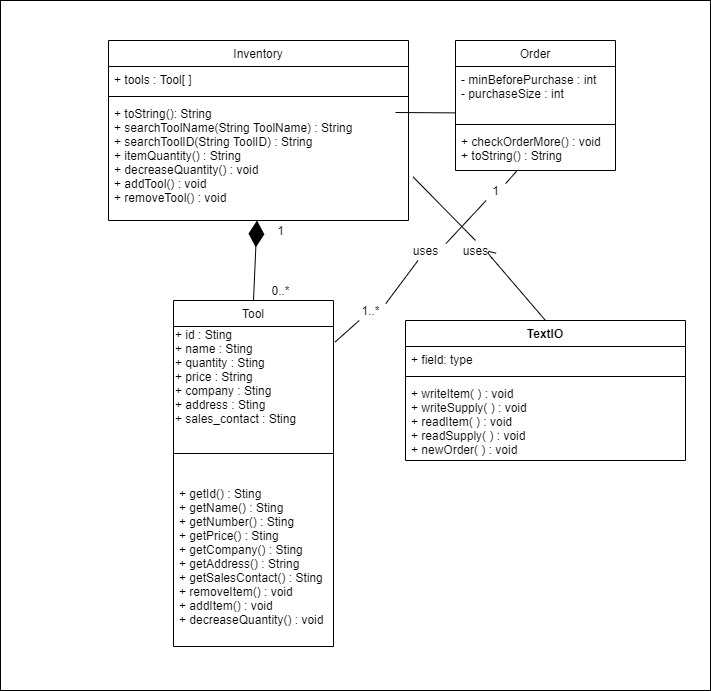
Earlier version of the draw.io export Lab2/exercise3/exercise3UML.png (TheJade/ENSF409). Source tidied: cells renumbered, new cells last; positions are measured from the earlier drawing's top-left corner, leaving out a move shared by most shapes.
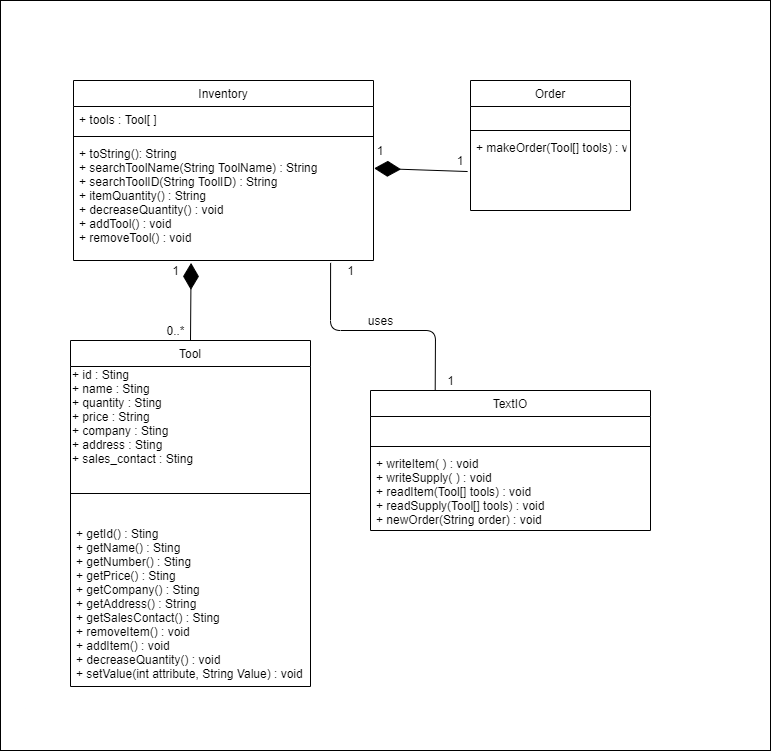
The same file after the commit.

Diff of the diagram source:
```diff
@@ -2,9 +2,9 @@
   <root>
     <mxCell id="0" />
     <mxCell id="1" parent="0" />
-    <mxCell id="2" style="rounded=0;whiteSpace=wrap;html=1;" parent="1" vertex="1">
-      <mxGeometry width="710" height="690" as="geometry" />
-    </mxCell>
+    <mxCell id="33" style="rounded=0;whiteSpace=wrap;html=1;" parent="1" vertex="1">
+      <mxGeometry x="35" y="-40" width="770" height="750" as="geometry" />
+    </mxCell>
     <mxCell id="3" value="Inventory" style="swimlane;fontStyle=0;align=center;verticalAlign=top;horizontal=1;startSize=26;rounded=0;shadow=0;strokeWidth=1;" parent="1" vertex="1">
       <mxGeometry x="108" y="40" width="300" height="180" as="geometry" />
     </mxCell>
@@ -18,88 +18,75 @@
       <mxGeometry y="60" width="300" height="120" as="geometry" />
     </mxCell>
     <mxCell id="7" value="Tool" style="swimlane;fontStyle=0;align=center;verticalAlign=top;horizontal=1;startSize=26;rounded=0;shadow=0;strokeWidth=1;" parent="1" vertex="1">
-      <mxGeometry x="173" y="300" width="160" height="346" as="geometry" />
+      <mxGeometry x="105" y="300" width="240" height="346" as="geometry" />
     </mxCell>
     <mxCell id="8" value="+ id : Sting&lt;br&gt;+ name : Sting&lt;br&gt;+ quantity : Sting&lt;br&gt;+ price : String&lt;br&gt;+ company : Sting&lt;br&gt;+ address : Sting&lt;br&gt;+ sales_contact : Sting" style="text;html=1;align=left;verticalAlign=middle;points=[];strokeColor=none;" parent="7" vertex="1">
-      <mxGeometry y="26" width="160" height="100" as="geometry" />
+      <mxGeometry y="26" width="240" height="100" as="geometry" />
     </mxCell>
     <mxCell id="9" style="line;html=1;strokeWidth=1;align=left;verticalAlign=middle;spacingTop=-1;spacingLeft=3;spacingRight=3;labelPosition=right;" parent="7" vertex="1">
-      <mxGeometry y="126" width="160" height="54" as="geometry" />
+      <mxGeometry y="126" width="240" height="54" as="geometry" />
     </mxCell>
-    <mxCell id="10" value="+ getId() : Sting&#10;+ getName() : Sting&#10;+ getNumber() : Sting&#10;+ getPrice() : Sting&#10;+ getCompany() : Sting&#10;+ getAddress() : String&#10;+ getSalesContact() : Sting&#10;+ removeItem() : void&#10;+ addItem() : void&#10;+ decreaseQuantity() : void" style="text;align=left;verticalAlign=top;spacingLeft=4;spacingRight=4;overflow=hidden;" parent="7" vertex="1">
-      <mxGeometry y="180" width="160" height="166" as="geometry" />
+    <mxCell id="10" value="+ getId() : Sting&#10;+ getName() : Sting&#10;+ getNumber() : Sting&#10;+ getPrice() : Sting&#10;+ getCompany() : Sting&#10;+ getAddress() : String&#10;+ getSalesContact() : Sting&#10;+ removeItem() : void&#10;+ addItem() : void&#10;+ decreaseQuantity() : void&#10;+ setValue(int attribute, String Value) : void" style="text;align=left;verticalAlign=top;spacingLeft=4;spacingRight=4;overflow=hidden;" parent="7" vertex="1">
+      <mxGeometry y="180" width="240" height="166" as="geometry" />
     </mxCell>
     <mxCell id="11" value="Order" style="swimlane;fontStyle=0;align=center;verticalAlign=top;horizontal=1;startSize=26;rounded=0;shadow=0;strokeWidth=1;" parent="1" vertex="1">
-      <mxGeometry x="455" y="40" width="160" height="130" as="geometry" />
+      <mxGeometry x="505" y="40" width="160" height="130" as="geometry" />
     </mxCell>
-    <mxCell id="12" value="- minBeforePurchase : int&#10;- purchaseSize : int" style="text;align=left;verticalAlign=top;spacingLeft=4;spacingRight=4;overflow=hidden;points=[[0,0.5],[1,0.5]];portConstraint=eastwest;rounded=0;shadow=0;html=0;" parent="11" vertex="1">
-      <mxGeometry y="26" width="160" height="54" as="geometry" />
-    </mxCell>
+    <mxCell id="34" value="&amp;nbsp;" style="text;html=1;strokeColor=none;fillColor=none;align=center;verticalAlign=middle;whiteSpace=wrap;rounded=0;" parent="11" vertex="1">
+      <mxGeometry y="26" width="160" height="20" as="geometry" />
+    </mxCell>
     <mxCell id="13" style="line;html=1;strokeWidth=1;align=left;verticalAlign=middle;spacingTop=-1;spacingLeft=3;spacingRight=3;labelPosition=right;" parent="11" vertex="1">
-      <mxGeometry y="80" width="160" height="8" as="geometry" />
+      <mxGeometry y="46" width="160" height="8" as="geometry" />
     </mxCell>
-    <mxCell id="14" value="+ checkOrderMore() : void&#10;+ toString() : String" style="text;align=left;verticalAlign=top;spacingLeft=4;spacingRight=4;overflow=hidden;points=[[0,0.5],[1,0.5]];portConstraint=eastwest;strokeColor=none;" parent="11" vertex="1">
-      <mxGeometry y="88" width="160" height="42" as="geometry" />
+    <mxCell id="14" value="+ makeOrder(Tool[] tools) : void" style="text;align=left;verticalAlign=top;spacingLeft=4;spacingRight=4;overflow=hidden;points=[[0,0.5],[1,0.5]];portConstraint=eastwest;strokeColor=none;" parent="11" vertex="1">
+      <mxGeometry y="54" width="160" height="46" as="geometry" />
     </mxCell>
-    <mxCell id="15" style="endArrow=diamondThin;endFill=1;endSize=24;html=1;exitX=0.5;exitY=0;exitDx=0;exitDy=0;entryX=0.495;entryY=1;entryDx=0;entryDy=0;entryPerimeter=0;" parent="1" edge="1" source="7" target="6">
+    <mxCell id="15" style="endArrow=diamondThin;endFill=1;endSize=24;html=1;exitX=0.5;exitY=0;exitDx=0;exitDy=0;entryX=0.392;entryY=1.02;entryDx=0;entryDy=0;entryPerimeter=0;" parent="1" edge="1" source="7" target="6">
       <mxGeometry relative="1" as="geometry" />
     </mxCell>
     <mxCell id="16" value="1" style="text;html=1;align=center;verticalAlign=middle;strokeColor=none;" parent="1" vertex="1">
-      <mxGeometry x="270" y="220" width="20" height="20" as="geometry" />
+      <mxGeometry x="200" y="220" width="20" height="20" as="geometry" />
     </mxCell>
     <mxCell id="17" value="0..*" style="text;html=1;align=center;verticalAlign=middle;strokeColor=none;" parent="1" vertex="1">
-      <mxGeometry x="265" y="280" width="30" height="20" as="geometry" />
+      <mxGeometry x="195" y="280" width="30" height="20" as="geometry" />
     </mxCell>
-    <mxCell id="18" style="endArrow=none;html=1;exitX=1.01;exitY=0.155;exitDx=0;exitDy=0;exitPerimeter=0;startArrow=none;" parent="1" edge="1" source="22" target="14">
-      <mxGeometry relative="1" as="geometry" />
-    </mxCell>
-    <mxCell id="19" style="endArrow=none;html=1;entryX=0.003;entryY=0.859;entryDx=0;entryDy=0;entryPerimeter=0;" parent="1" edge="1" target="12">
-      <mxGeometry relative="1" as="geometry">
-        <mxPoint x="395" y="112" as="sourcePoint" />
-      </mxGeometry>
-    </mxCell>
-    <mxCell id="20" value="uses" style="text;html=1;align=center;verticalAlign=middle;points=[];strokeColor=none;" parent="1" vertex="1">
-      <mxGeometry x="405" y="240" width="40" height="20" as="geometry" />
-    </mxCell>
-    <mxCell id="21" style="endArrow=none;html=1;exitX=1.01;exitY=0.155;exitDx=0;exitDy=0;exitPerimeter=0;startArrow=none;" parent="1" edge="1" source="24" target="20">
-      <mxGeometry relative="1" as="geometry" />
-    </mxCell>
-    <mxCell id="22" value="1" style="text;html=1;align=center;verticalAlign=middle;points=[];strokeColor=none;" parent="1" vertex="1">
-      <mxGeometry x="485" y="180" width="20" height="20" as="geometry" />
-    </mxCell>
-    <mxCell id="23" style="endArrow=none;html=1;exitX=1.01;exitY=0.155;exitDx=0;exitDy=0;exitPerimeter=0;startArrow=none;" parent="1" edge="1" source="20" target="22">
-      <mxGeometry relative="1" as="geometry" />
-    </mxCell>
-    <mxCell id="24" value="1..*" style="text;html=1;align=center;verticalAlign=middle;points=[];strokeColor=none;" parent="1" vertex="1">
-      <mxGeometry x="355" y="300" width="30" height="20" as="geometry" />
-    </mxCell>
-    <mxCell id="25" style="endArrow=none;html=1;exitX=1.01;exitY=0.155;exitDx=0;exitDy=0;exitPerimeter=0;" parent="1" edge="1" source="8" target="24">
-      <mxGeometry relative="1" as="geometry" />
-    </mxCell>
-    <mxCell id="26" value="TextIO" style="swimlane;fontStyle=1;align=center;verticalAlign=top;horizontal=1;startSize=26;" parent="1" vertex="1">
-      <mxGeometry x="405" y="320" width="280" height="140" as="geometry" />
+    <mxCell id="26" value="TextIO" style="swimlane;fontStyle=0;align=center;verticalAlign=top;horizontal=1;startSize=26;" parent="1" vertex="1">
+      <mxGeometry x="405" y="350" width="280" height="140" as="geometry" />
     </mxCell>
-    <mxCell id="27" value="+ field: type" style="text;strokeColor=none;fillColor=none;align=left;verticalAlign=top;spacingLeft=4;spacingRight=4;overflow=hidden;" parent="26" vertex="1">
+    <mxCell id="27" value=" " style="text;strokeColor=none;fillColor=none;align=left;verticalAlign=top;spacingLeft=4;spacingRight=4;overflow=hidden;" parent="26" vertex="1">
       <mxGeometry y="26" width="280" height="26" as="geometry" />
     </mxCell>
     <mxCell id="28" style="line;strokeWidth=1;fillColor=none;align=left;verticalAlign=middle;spacingTop=-1;spacingLeft=3;spacingRight=3;labelPosition=right;" parent="26" vertex="1">
       <mxGeometry y="52" width="280" height="8" as="geometry" />
     </mxCell>
-    <mxCell id="29" value="+ writeItem( ) : void&#10;+ writeSupply( ) : void&#10;+ readItem( ) : void&#10;+ readSupply( ) : void&#10;+ newOrder( ) : void" style="text;strokeColor=none;fillColor=none;align=left;verticalAlign=top;spacingLeft=4;spacingRight=4;overflow=hidden;" parent="26" vertex="1">
+    <mxCell id="29" value="+ writeItem( ) : void&#10;+ writeSupply( ) : void&#10;+ readItem(Tool[] tools) : void&#10;+ readSupply(Tool[] tools) : void&#10;+ newOrder(String order) : void" style="text;strokeColor=none;fillColor=none;align=left;verticalAlign=top;spacingLeft=4;spacingRight=4;overflow=hidden;" parent="26" vertex="1">
       <mxGeometry y="60" width="280" height="80" as="geometry" />
     </mxCell>
-    <mxCell id="30" style="endArrow=none;html=1;entryX=0.5;entryY=0;entryDx=0;entryDy=0;exitX=1.015;exitY=0.636;exitDx=0;exitDy=0;exitPerimeter=0;startArrow=none;" parent="1" edge="1" source="31" target="26">
-      <mxGeometry relative="1" as="geometry">
-        <Array as="points">
-          <mxPoint x="485" y="250" />
-        </Array>
-      </mxGeometry>
-    </mxCell>
-    <mxCell id="31" value="uses" style="text;html=1;align=center;verticalAlign=middle;points=[];strokeColor=none;" parent="1" vertex="1">
-      <mxGeometry x="455" y="240" width="40" height="20" as="geometry" />
-    </mxCell>
-    <mxCell id="32" style="endArrow=none;html=1;entryX=0.5;entryY=0;entryDx=0;entryDy=0;exitX=1.015;exitY=0.636;exitDx=0;exitDy=0;exitPerimeter=0;" parent="1" edge="1" source="6" target="31">
-      <mxGeometry relative="1" as="geometry" />
-    </mxCell>
+    <mxCell id="35" style="endArrow=diamondThin;endFill=1;endSize=24;html=1;exitX=-0.018;exitY=0.805;exitDx=0;exitDy=0;exitPerimeter=0;entryX=1.002;entryY=0.232;entryDx=0;entryDy=0;entryPerimeter=0;" parent="1" edge="1" source="14" target="6">
+      <mxGeometry relative="1" as="geometry" />
+    </mxCell>
+    <mxCell id="36" value="1" style="text;html=1;align=center;verticalAlign=middle;strokeColor=none;" parent="1" vertex="1">
+      <mxGeometry x="375" y="220" width="20" height="20" as="geometry" />
+    </mxCell>
+    <mxCell id="37" value="1" style="text;html=1;align=center;verticalAlign=middle;points=[];strokeColor=none;" parent="1" vertex="1">
+      <mxGeometry x="475" y="330" width="20" height="20" as="geometry" />
+    </mxCell>
+    <mxCell id="38" style="endArrow=none;html=1;entryX=0.857;entryY=1.02;entryDx=0;entryDy=0;entryPerimeter=0;exitX=-0.265;exitY=0.997;exitDx=0;exitDy=0;exitPerimeter=0;" parent="1" edge="1" source="37" target="6">
+      <mxGeometry relative="1" as="geometry">
+        <Array as="points">
+          <mxPoint x="470" y="290" />
+          <mxPoint x="365" y="290" />
+        </Array>
+      </mxGeometry>
+    </mxCell>
+    <mxCell id="39" value="1" style="text;html=1;strokeColor=none;fillColor=none;align=center;verticalAlign=middle;whiteSpace=wrap;rounded=0;" parent="1" vertex="1">
+      <mxGeometry x="395" y="100" width="40" height="20" as="geometry" />
+    </mxCell>
+    <mxCell id="40" value="1" style="text;html=1;strokeColor=none;fillColor=none;align=center;verticalAlign=middle;whiteSpace=wrap;rounded=0;" parent="1" vertex="1">
+      <mxGeometry x="475" y="110" width="40" height="20" as="geometry" />
+    </mxCell>
+    <mxCell id="41" value="uses" style="text;html=1;align=center;verticalAlign=middle;strokeColor=none;" parent="1" vertex="1">
+      <mxGeometry x="395" y="270" width="40" height="20" as="geometry" />
+    </mxCell>
   </root>
 </mxGraphModel>
```
